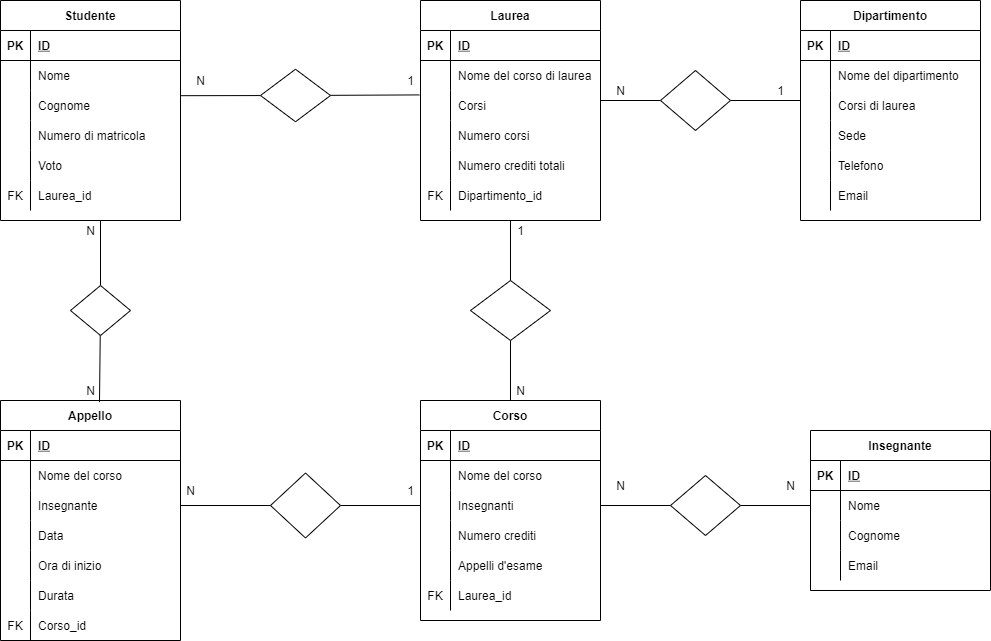
This is Università.png from FrancescaPompi/db-university, a draw.io export, as it was before one commit. Source tidied: cells renumbered, new cells last; positions are measured from the earlier drawing's top-left corner, leaving out a move shared by most shapes.
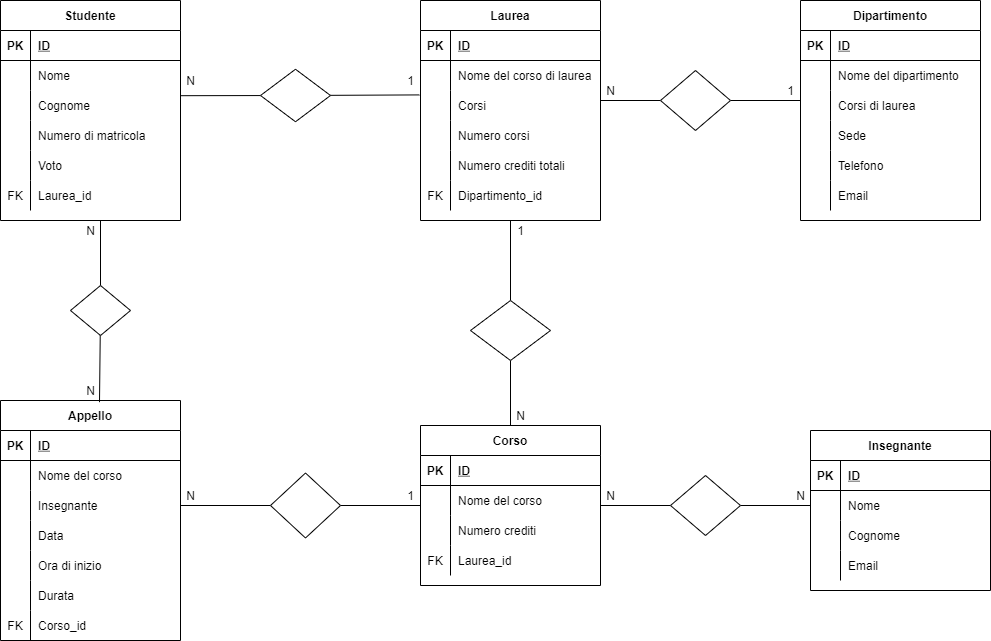
Later version of the same file.

Commit message:
Modifica Corso

Change to the diagram source:
```diff
@@ -130,13 +130,13 @@
       <mxGeometry x="660" y="70" width="70" height="60" as="geometry" />
     </mxCell>
     <mxCell id="43" value="N" style="text;html=1;align=center;verticalAlign=middle;strokeColor=none;fillColor=none;" parent="1" vertex="1">
-      <mxGeometry x="610" y="80" width="20" height="20" as="geometry" />
+      <mxGeometry x="600" y="80" width="20" height="20" as="geometry" />
     </mxCell>
     <mxCell id="44" value="1" style="text;html=1;align=center;verticalAlign=middle;strokeColor=none;fillColor=none;" parent="1" vertex="1">
-      <mxGeometry x="770" y="80" width="20" height="20" as="geometry" />
+      <mxGeometry x="780" y="80" width="20" height="20" as="geometry" />
     </mxCell>
     <mxCell id="45" value="Corso" style="shape=table;startSize=30;rowLines=0;fontStyle=1;align=center;" parent="1" vertex="1">
-      <mxGeometry x="420" y="400" width="180" height="220" as="geometry" />
+      <mxGeometry x="420" y="425" width="180" height="160" as="geometry" />
     </mxCell>
     <mxCell id="46" style="shape=partialRectangle;fillColor=none;top=0;left=0;bottom=1;right=0;" parent="45" vertex="1">
       <mxGeometry y="30" width="180" height="30" as="geometry" />
@@ -156,17 +156,8 @@
     <mxCell id="51" value="Nome del corso" style="shape=partialRectangle;fillColor=none;top=0;left=0;bottom=0;right=0;align=left;spacingLeft=6;overflow=hidden;" parent="49" vertex="1">
       <mxGeometry x="30" width="150" height="30" as="geometry" />
     </mxCell>
-    <mxCell id="52" style="shape=partialRectangle;fillColor=none;top=0;left=0;bottom=0;right=0;points=[[0,0.5],[1,0.5]];portConstraint=eastwest;" parent="45" vertex="1">
-      <mxGeometry y="90" width="180" height="30" as="geometry" />
-    </mxCell>
-    <mxCell id="53" style="shape=partialRectangle;fillColor=none;top=0;left=0;bottom=0;right=0;overflow=hidden;" parent="52" vertex="1">
-      <mxGeometry width="30" height="30" as="geometry" />
-    </mxCell>
-    <mxCell id="54" value="Insegnanti" style="shape=partialRectangle;fillColor=none;top=0;left=0;bottom=0;right=0;align=left;spacingLeft=6;overflow=hidden;" parent="52" vertex="1">
-      <mxGeometry x="30" width="150" height="30" as="geometry" />
-    </mxCell>
     <mxCell id="55" style="shape=partialRectangle;fillColor=none;top=0;left=0;bottom=0;right=0;" parent="45" vertex="1">
-      <mxGeometry y="120" width="180" height="30" as="geometry" />
+      <mxGeometry y="90" width="180" height="30" as="geometry" />
     </mxCell>
     <mxCell id="56" style="shape=partialRectangle;fillColor=none;top=0;left=0;bottom=0;right=0;overflow=hidden;" parent="55" vertex="1">
       <mxGeometry width="30" height="30" as="geometry" />
@@ -174,17 +165,8 @@
     <mxCell id="57" value="Numero crediti" style="shape=partialRectangle;fillColor=none;top=0;left=0;bottom=0;right=0;align=left;spacingLeft=6;overflow=hidden;" parent="55" vertex="1">
       <mxGeometry x="30" width="150" height="30" as="geometry" />
     </mxCell>
-    <mxCell id="58" style="shape=partialRectangle;fillColor=none;top=0;left=0;bottom=0;right=0;" parent="45" vertex="1">
-      <mxGeometry y="150" width="180" height="30" as="geometry" />
-    </mxCell>
-    <mxCell id="59" style="shape=partialRectangle;fillColor=none;top=0;left=0;bottom=0;right=0;overflow=hidden;" parent="58" vertex="1">
-      <mxGeometry width="30" height="30" as="geometry" />
-    </mxCell>
-    <mxCell id="60" value="Appelli d'esame" style="shape=partialRectangle;fillColor=none;top=0;left=0;bottom=0;right=0;align=left;spacingLeft=6;overflow=hidden;" parent="58" vertex="1">
-      <mxGeometry x="30" width="150" height="30" as="geometry" />
-    </mxCell>
     <mxCell id="61" style="shape=partialRectangle;fillColor=none;top=0;left=0;bottom=0;right=0;" parent="45" vertex="1">
-      <mxGeometry y="180" width="180" height="30" as="geometry" />
+      <mxGeometry y="120" width="180" height="30" as="geometry" />
     </mxCell>
     <mxCell id="62" value="FK" style="shape=partialRectangle;fillColor=none;top=0;left=0;bottom=0;right=0;overflow=hidden;" parent="61" vertex="1">
       <mxGeometry width="30" height="30" as="geometry" />
@@ -197,19 +179,17 @@
         <mxPoint x="510" y="220" as="targetPoint" />
       </mxGeometry>
     </mxCell>
-    <mxCell id="65" style="edgeStyle=none;rounded=0;jettySize=auto;html=1;endArrow=none;endFill=0;" parent="1" edge="1" source="66">
-      <mxGeometry relative="1" as="geometry">
-        <mxPoint x="510" y="400" as="targetPoint" />
-      </mxGeometry>
+    <mxCell id="65" style="edgeStyle=none;rounded=0;jettySize=auto;html=1;endArrow=none;endFill=0;entryX=0.5;entryY=0;entryDx=0;entryDy=0;" parent="1" edge="1" source="66" target="45">
+      <mxGeometry relative="1" as="geometry" />
     </mxCell>
     <mxCell id="66" style="shape=rhombus;perimeter=rhombusPerimeter;whiteSpace=wrap;html=1;align=center;" parent="1" vertex="1">
-      <mxGeometry x="470" y="280" width="80" height="60" as="geometry" />
+      <mxGeometry x="470" y="300" width="80" height="60" as="geometry" />
     </mxCell>
     <mxCell id="67" value="1" style="text;html=1;align=center;verticalAlign=middle;strokeColor=none;fillColor=none;" parent="1" vertex="1">
       <mxGeometry x="510" y="220" width="20" height="20" as="geometry" />
     </mxCell>
     <mxCell id="68" value="N" style="text;html=1;align=center;verticalAlign=middle;strokeColor=none;fillColor=none;" parent="1" vertex="1">
-      <mxGeometry x="510" y="380" width="20" height="20" as="geometry" />
+      <mxGeometry x="510" y="405" width="20" height="20" as="geometry" />
     </mxCell>
     <mxCell id="69" value="Insegnante" style="shape=table;startSize=30;rowLines=0;fontStyle=1;align=center;" parent="1" vertex="1">
       <mxGeometry x="810" y="430" width="180" height="160" as="geometry" />
@@ -250,8 +230,10 @@
     <mxCell id="81" value="Email" style="shape=partialRectangle;fillColor=none;top=0;left=0;bottom=0;right=0;align=left;spacingLeft=6;overflow=hidden;" parent="79" vertex="1">
       <mxGeometry x="30" width="150" height="30" as="geometry" />
     </mxCell>
-    <mxCell id="82" style="edgeStyle=none;rounded=0;jettySize=auto;html=1;endArrow=none;endFill=0;entryX=1;entryY=0.5;entryDx=0;entryDy=0;" parent="1" edge="1" source="84" target="52">
-      <mxGeometry relative="1" as="geometry" />
+    <mxCell id="82" style="edgeStyle=none;rounded=0;jettySize=auto;html=1;endArrow=none;endFill=0;entryX=1;entryY=0.5;entryDx=0;entryDy=0;" parent="1" edge="1" source="84">
+      <mxGeometry relative="1" as="geometry">
+        <mxPoint x="600" y="505" as="targetPoint" />
+      </mxGeometry>
     </mxCell>
     <mxCell id="83" style="edgeStyle=none;rounded=0;jettySize=auto;html=1;endArrow=none;endFill=0;entryX=0;entryY=0.5;entryDx=0;entryDy=0;" parent="1" edge="1" source="84" target="73">
       <mxGeometry relative="1" as="geometry" />
@@ -260,10 +242,10 @@
       <mxGeometry x="670" y="475" width="70" height="60" as="geometry" />
     </mxCell>
     <mxCell id="85" value="N" style="text;html=1;align=center;verticalAlign=middle;strokeColor=none;fillColor=none;" parent="1" vertex="1">
-      <mxGeometry x="610" y="475" width="20" height="20" as="geometry" />
+      <mxGeometry x="600" y="485" width="20" height="20" as="geometry" />
     </mxCell>
     <mxCell id="86" value="N" style="text;html=1;align=center;verticalAlign=middle;strokeColor=none;fillColor=none;" parent="1" vertex="1">
-      <mxGeometry x="780" y="475" width="20" height="20" as="geometry" />
+      <mxGeometry x="790" y="485" width="20" height="20" as="geometry" />
     </mxCell>
     <mxCell id="87" value="Appello" style="shape=table;startSize=30;rowLines=0;fontStyle=1;align=center;" parent="1" vertex="1">
       <mxGeometry y="400" width="180" height="240" as="geometry" />
@@ -388,8 +370,10 @@
     <mxCell id="127" value="Laurea_id" style="shape=partialRectangle;fillColor=none;top=0;left=0;bottom=0;right=0;align=left;spacingLeft=6;overflow=hidden;" parent="125" vertex="1">
       <mxGeometry x="30" width="150" height="30" as="geometry" />
     </mxCell>
-    <mxCell id="128" style="edgeStyle=none;rounded=0;jettySize=auto;html=1;endArrow=none;endFill=0;entryX=0;entryY=0.5;entryDx=0;entryDy=0;" parent="1" edge="1" source="130" target="52">
-      <mxGeometry relative="1" as="geometry" />
+    <mxCell id="128" style="edgeStyle=none;rounded=0;jettySize=auto;html=1;endArrow=none;endFill=0;entryX=0;entryY=0.5;entryDx=0;entryDy=0;" parent="1" edge="1" source="130">
+      <mxGeometry relative="1" as="geometry">
+        <mxPoint x="420" y="505" as="targetPoint" />
+      </mxGeometry>
     </mxCell>
     <mxCell id="129" style="edgeStyle=none;rounded=0;jettySize=auto;html=1;endArrow=none;endFill=0;exitX=0;exitY=0.5;exitDx=0;exitDy=0;" parent="1" edge="1" source="130">
       <mxGeometry relative="1" as="geometry">
@@ -400,10 +384,10 @@
       <mxGeometry x="270" y="472.5" width="70" height="65" as="geometry" />
     </mxCell>
     <mxCell id="131" value="N" style="text;html=1;align=center;verticalAlign=middle;strokeColor=none;fillColor=none;" parent="1" vertex="1">
-      <mxGeometry x="180" y="480" width="20" height="20" as="geometry" />
+      <mxGeometry x="180" y="485" width="20" height="20" as="geometry" />
     </mxCell>
     <mxCell id="132" value="1" style="text;html=1;align=center;verticalAlign=middle;strokeColor=none;fillColor=none;" parent="1" vertex="1">
-      <mxGeometry x="400" y="480" width="20" height="20" as="geometry" />
+      <mxGeometry x="400" y="485" width="20" height="20" as="geometry" />
     </mxCell>
     <mxCell id="133" style="edgeStyle=none;rounded=0;jettySize=auto;html=1;endArrow=none;endFill=0;entryX=-0.006;entryY=0.147;entryDx=0;entryDy=0;entryPerimeter=0;" parent="1" edge="1" source="135" target="28">
       <mxGeometry relative="1" as="geometry" />
@@ -415,7 +399,7 @@
       <mxGeometry x="260" y="68.8" width="70" height="52.5" as="geometry" />
     </mxCell>
     <mxCell id="136" value="N" style="text;html=1;align=center;verticalAlign=middle;strokeColor=none;fillColor=none;" parent="1" vertex="1">
-      <mxGeometry x="190" y="70" width="20" height="20" as="geometry" />
+      <mxGeometry x="180" y="70" width="20" height="20" as="geometry" />
     </mxCell>
     <mxCell id="137" value="1" style="text;html=1;align=center;verticalAlign=middle;strokeColor=none;fillColor=none;" parent="1" vertex="1">
       <mxGeometry x="400" y="70" width="20" height="20" as="geometry" />
```
